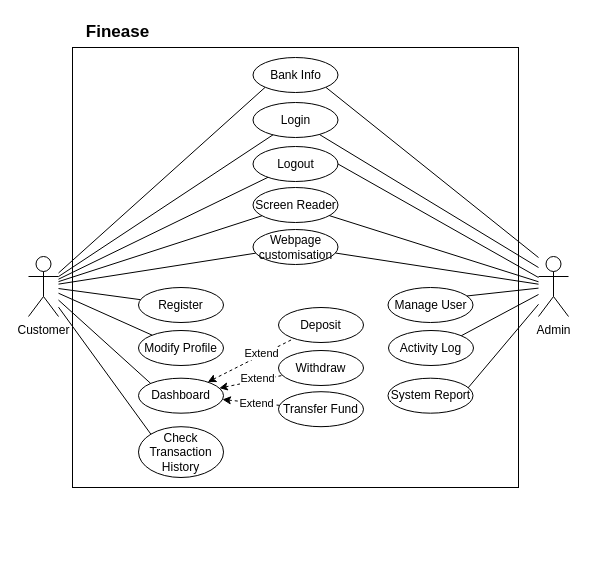
Above: page "use case" (1 of 5) of finease.drawio in bluuberrya/FineaseTTS (draw.io), before the change. Source tidied: cells renumbered, new cells numbered last; positions are measured from the earlier drawing's top-left corner, leaving out a move shared by most shapes. Both pictures are drawn from the tidied source at 100%, with x=0, y=0 at pixel (28, 17).
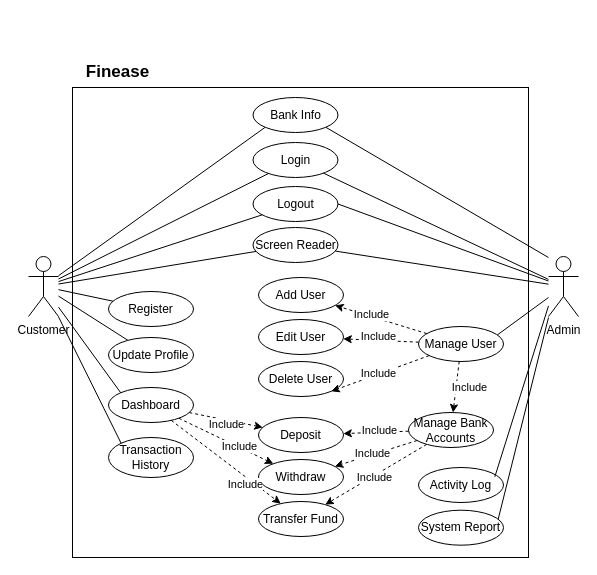
The same page after the edit.

The change refers to these unchanged cells:
```xml
<mxCell id="22" value="Customer" style="shape=umlActor;html=1;verticalLabelPosition=bottom;verticalAlign=top;align=center;" parent="1" vertex="1">
  <mxGeometry y="239" width="30" height="60" as="geometry" />
</mxCell>
```

What changed in the source:
```diff
@@
     <mxCell id="2" style="rounded=0;whiteSpace=wrap;html=1;" parent="1" vertex="1">
-      <mxGeometry x="44" y="30" width="446" height="440" as="geometry" />
+      <mxGeometry x="44" y="70" width="456" height="470" as="geometry" />
     </mxCell>
     <mxCell id="3" value="Finease" style="text;html=1;align=center;verticalAlign=middle;strokeColor=none;fillColor=none;fontStyle=1;fontSize=17;" parent="1" vertex="1">
-      <mxGeometry x="44" width="90" height="30" as="geometry" />
+      <mxGeometry x="44" y="40" width="90" height="30" as="geometry" />
     </mxCell>
     <mxCell id="4" value="Transfer Fund" style="ellipse;whiteSpace=wrap;html=1;" parent="1" vertex="1">
-      <mxGeometry x="250" y="374.2" width="85" height="35" as="geometry" />
+      <mxGeometry x="230" y="484" width="85" height="35" as="geometry" />
     </mxCell>
-    <mxCell id="5" value="Check Transaction History" style="ellipse;whiteSpace=wrap;html=1;" parent="1" vertex="1">
-      <mxGeometry x="110" y="409.2" width="85" height="50.8" as="geometry" />
+    <mxCell id="5" value="Transaction History" style="ellipse;whiteSpace=wrap;html=1;" parent="1" vertex="1">
+      <mxGeometry x="80" y="420" width="85" height="40" as="geometry" />
     </mxCell>
     <mxCell id="6" value="Deposit" style="ellipse;whiteSpace=wrap;html=1;" parent="1" vertex="1">
-      <mxGeometry x="250" y="290" width="85" height="35" as="geometry" />
+      <mxGeometry x="230" y="400" width="85" height="35" as="geometry" />
     </mxCell>
     <mxCell id="7" value="Screen Reader" style="ellipse;whiteSpace=wrap;html=1;" parent="1" vertex="1">
-      <mxGeometry x="224.5" y="170" width="85" height="35" as="geometry" />
+      <mxGeometry x="224.5" y="210" width="85" height="35" as="geometry" />
     </mxCell>
-    <mxCell id="8" value="Modify Profile" style="ellipse;whiteSpace=wrap;html=1;" parent="1" vertex="1">
-      <mxGeometry x="110" y="313" width="85" height="35" as="geometry" />
+    <mxCell id="8" value="Update Profile" style="ellipse;whiteSpace=wrap;html=1;" parent="1" vertex="1">
+      <mxGeometry x="80" y="320" width="85" height="35" as="geometry" />
     </mxCell>
     <mxCell id="9" value="Withdraw" style="ellipse;whiteSpace=wrap;html=1;" parent="1" vertex="1">
-      <mxGeometry x="250" y="333" width="85" height="35" as="geometry" />
+      <mxGeometry x="230" y="442" width="85" height="35" as="geometry" />
     </mxCell>
     <mxCell id="10" value="Login" style="ellipse;whiteSpace=wrap;html=1;" parent="1" vertex="1">
-      <mxGeometry x="224.5" y="85" width="85" height="35" as="geometry" />
+      <mxGeometry x="224.5" y="125" width="85" height="35" as="geometry" />
     </mxCell>
     <mxCell id="11" value="Register" style="ellipse;whiteSpace=wrap;html=1;" parent="1" vertex="1">
-      <mxGeometry x="110" y="270" width="85" height="35" as="geometry" />
+      <mxGeometry x="80" y="274" width="85" height="35" as="geometry" />
     </mxCell>
     <mxCell id="12" value="Logout" style="ellipse;whiteSpace=wrap;html=1;" parent="1" vertex="1">
-      <mxGeometry x="224.5" y="129" width="85" height="35" as="geometry" />
+      <mxGeometry x="224.5" y="169" width="85" height="35" as="geometry" />
     </mxCell>
@@
-    <mxCell id="18" style="rounded=0;jettySize=auto;html=1;endArrow=none;endFill=0;startArrow=classic;startFill=1;dashed=1;" parent="1" edge="1" source="23" target="6">
+    <mxCell id="18" style="rounded=0;jettySize=auto;html=1;endArrow=classic;endFill=1;startArrow=none;startFill=0;dashed=1;" parent="1" edge="1" source="23" target="6">
       <mxGeometry relative="1" as="geometry" />
     </mxCell>
-    <mxCell id="19" value="Extend" style="edgeLabel;html=1;align=center;verticalAlign=middle;labelBackgroundColor=default;" parent="18" vertex="1">
+    <mxCell id="19" value="Include" style="edgeLabel;html=1;align=center;verticalAlign=middle;labelBackgroundColor=default;" parent="18" vertex="1">
       <mxGeometry x="0.3" y="1" relative="1" as="geometry">
-        <mxPoint x="-3" as="offset" />
+        <mxPoint x="-12" y="3" as="offset" />
       </mxGeometry>
     </mxCell>
-    <mxCell id="20" style="rounded=0;jettySize=auto;html=1;endArrow=none;endFill=0;startArrow=classic;startFill=1;dashed=1;" parent="1" edge="1" source="23" target="9">
+    <mxCell id="20" style="rounded=0;jettySize=auto;html=1;endArrow=classic;endFill=1;startArrow=none;startFill=0;dashed=1;" parent="1" edge="1" source="23" target="9">
       <mxGeometry relative="1" as="geometry" />
     </mxCell>
-    <mxCell id="21" value="Extend" style="edgeLabel;html=1;align=center;verticalAlign=middle;labelBackgroundColor=default;" parent="20" vertex="1">
+    <mxCell id="21" value="Include" style="edgeLabel;html=1;align=center;verticalAlign=middle;labelBackgroundColor=default;" parent="20" vertex="1">
       <mxGeometry x="0.31" y="2" relative="1" as="geometry">
         <mxPoint x="-3" as="offset" />
       </mxGeometry>
     </mxCell>
@@
     <mxCell id="23" value="Dashboard" style="ellipse;whiteSpace=wrap;html=1;" parent="1" vertex="1">
-      <mxGeometry x="110" y="360.7" width="85" height="35" as="geometry" />
+      <mxGeometry x="80" y="370" width="85" height="35" as="geometry" />
     </mxCell>
@@
-    <mxCell id="25" style="rounded=0;jettySize=auto;html=1;endArrow=none;endFill=0;startArrow=classic;startFill=1;dashed=1;" parent="1" edge="1" source="23" target="4">
+    <mxCell id="25" style="rounded=0;jettySize=auto;html=1;endArrow=classic;endFill=1;startArrow=none;startFill=0;dashed=1;" parent="1" edge="1" source="23" target="4">
       <mxGeometry relative="1" as="geometry" />
     </mxCell>
-    <mxCell id="26" value="Extend" style="edgeLabel;html=1;align=center;verticalAlign=middle;labelBackgroundColor=default;" parent="25" vertex="1">
+    <mxCell id="26" value="Include" style="edgeLabel;html=1;align=center;verticalAlign=middle;labelBackgroundColor=default;" parent="25" vertex="1">
       <mxGeometry x="0.56" y="-1" relative="1" as="geometry">
         <mxPoint x="-11" y="-2" as="offset" />
       </mxGeometry>
     </mxCell>
-    <mxCell id="27" value="Webpage customisation" style="ellipse;whiteSpace=wrap;html=1;" parent="1" vertex="1">
-      <mxGeometry x="224.5" y="212" width="85" height="35" as="geometry" />
-    </mxCell>
-    <mxCell id="28" style="rounded=0;jettySize=auto;html=1;endArrow=none;endFill=0;" parent="1" edge="1" target="10">
-      <mxGeometry relative="1" as="geometry">
-        <mxPoint x="510" y="250" as="sourcePoint" />
-      </mxGeometry>
+    <mxCell id="28" style="rounded=0;jettySize=auto;html=1;endArrow=none;endFill=0;" parent="1" edge="1" source="31" target="10">
+      <mxGeometry relative="1" as="geometry" />
     </mxCell>
-    <mxCell id="29" style="rounded=0;jettySize=auto;html=1;entryX=1;entryY=0.5;entryDx=0;entryDy=0;endArrow=none;endFill=0;" parent="1" edge="1" target="12">
-      <mxGeometry relative="1" as="geometry">
-        <mxPoint x="510" y="260" as="sourcePoint" />
-      </mxGeometry>
+    <mxCell id="29" style="rounded=0;jettySize=auto;html=1;entryX=1;entryY=0.5;entryDx=0;entryDy=0;endArrow=none;endFill=0;" parent="1" edge="1" source="31" target="12">
+      <mxGeometry relative="1" as="geometry" />
     </mxCell>
@@
     <mxCell id="31" value="Admin" style="shape=umlActor;html=1;verticalLabelPosition=bottom;verticalAlign=top;align=center;" parent="1" vertex="1">
-      <mxGeometry x="510" y="239" width="30" height="60" as="geometry" />
+      <mxGeometry x="520" y="239" width="30" height="60" as="geometry" />
     </mxCell>
@@
     <mxCell id="33" value="Manage User" style="ellipse;whiteSpace=wrap;html=1;" parent="1" vertex="1">
-      <mxGeometry x="359.5" y="270" width="85" height="35" as="geometry" />
+      <mxGeometry x="390" y="309" width="85" height="35" as="geometry" />
     </mxCell>
     <mxCell id="34" value="Activity Log" style="ellipse;whiteSpace=wrap;html=1;" parent="1" vertex="1">
-      <mxGeometry x="360" y="313" width="85" height="35" as="geometry" />
+      <mxGeometry x="390" y="450" width="85" height="35" as="geometry" />
     </mxCell>
-    <mxCell id="35" style="rounded=0;jettySize=auto;html=1;endArrow=none;endFill=0;entryX=1;entryY=0;entryDx=0;entryDy=0;" parent="1" edge="1" source="31" target="34">
-      <mxGeometry relative="1" as="geometry" />
+    <mxCell id="35" style="rounded=0;jettySize=auto;html=1;endArrow=none;endFill=0;entryX=0.898;entryY=0.267;entryDx=0;entryDy=0;entryPerimeter=0;" parent="1" edge="1" target="34">
+      <mxGeometry relative="1" as="geometry">
+        <mxPoint x="520" y="288.4" as="sourcePoint" />
+      </mxGeometry>
     </mxCell>
-    <mxCell id="36" style="rounded=0;jettySize=auto;html=1;endArrow=none;endFill=0;exitX=0.933;exitY=0.302;exitDx=0;exitDy=0;exitPerimeter=0;" parent="1" edge="1" source="37" target="31">
-      <mxGeometry relative="1" as="geometry" />
+    <mxCell id="36" style="rounded=0;jettySize=auto;html=1;endArrow=none;endFill=0;exitX=0.933;exitY=0.302;exitDx=0;exitDy=0;exitPerimeter=0;" parent="1" edge="1" source="37">
+      <mxGeometry relative="1" as="geometry">
+        <mxPoint x="520" y="300" as="targetPoint" />
+      </mxGeometry>
     </mxCell>
     <mxCell id="37" value="System Report" style="ellipse;whiteSpace=wrap;html=1;" parent="1" vertex="1">
-      <mxGeometry x="359.5" y="360.7" width="85" height="35" as="geometry" />
+      <mxGeometry x="390" y="492.7" width="85" height="35" as="geometry" />
     </mxCell>
     <mxCell id="38" value="Bank Info" style="ellipse;whiteSpace=wrap;html=1;" parent="1" vertex="1">
-      <mxGeometry x="224.5" y="40" width="85" height="35" as="geometry" />
+      <mxGeometry x="224.5" y="80" width="85" height="35" as="geometry" />
     </mxCell>
@@
-    <mxCell id="42" style="rounded=0;jettySize=auto;html=1;endArrow=none;endFill=0;" parent="1" edge="1" source="22" target="27">
-      <mxGeometry relative="1" as="geometry" />
-    </mxCell>
-    <mxCell id="43" style="rounded=0;jettySize=auto;html=1;endArrow=none;endFill=0;" parent="1" edge="1" source="31" target="27">
-      <mxGeometry relative="1" as="geometry" />
-    </mxCell>
+    <mxCell id="44" style="rounded=0;jettySize=auto;html=1;endArrow=classic;endFill=1;startArrow=none;startFill=0;dashed=1;" parent="1" edge="1" source="50" target="6">
+      <mxGeometry relative="1" as="geometry" />
+    </mxCell>
+    <mxCell id="45" value="Include" style="edgeLabel;html=1;align=center;verticalAlign=middle;labelBackgroundColor=default;" parent="44" vertex="1">
+      <mxGeometry x="0.3" y="1" relative="1" as="geometry">
+        <mxPoint x="12" y="-4" as="offset" />
+      </mxGeometry>
+    </mxCell>
+    <mxCell id="46" style="rounded=0;jettySize=auto;html=1;endArrow=classic;endFill=1;startArrow=none;startFill=0;dashed=1;" parent="1" edge="1" source="50" target="9">
+      <mxGeometry relative="1" as="geometry" />
+    </mxCell>
+    <mxCell id="47" value="Include" style="edgeLabel;html=1;align=center;verticalAlign=middle;labelBackgroundColor=default;" parent="46" vertex="1">
+      <mxGeometry x="0.31" y="2" relative="1" as="geometry">
+        <mxPoint x="8" y="-6" as="offset" />
+      </mxGeometry>
+    </mxCell>
+    <mxCell id="48" style="rounded=0;jettySize=auto;html=1;endArrow=classic;endFill=1;startArrow=none;startFill=0;dashed=1;" parent="1" edge="1" source="50" target="4">
+      <mxGeometry relative="1" as="geometry" />
+    </mxCell>
+    <mxCell id="49" value="Include" style="edgeLabel;html=1;align=center;verticalAlign=middle;labelBackgroundColor=default;" parent="48" vertex="1">
+      <mxGeometry x="0.31" y="2" relative="1" as="geometry">
+        <mxPoint x="12" y="-8" as="offset" />
+      </mxGeometry>
+    </mxCell>
+    <mxCell id="50" value="Manage Bank Accounts" style="ellipse;whiteSpace=wrap;html=1;" parent="1" vertex="1">
+      <mxGeometry x="380" y="395" width="85" height="35" as="geometry" />
+    </mxCell>
+    <mxCell id="51" style="rounded=0;jettySize=auto;html=1;endArrow=classic;endFill=1;startArrow=none;startFill=0;dashed=1;" parent="1" edge="1" source="33" target="50">
+      <mxGeometry relative="1" as="geometry" />
+    </mxCell>
+    <mxCell id="52" value="Include" style="edgeLabel;html=1;align=center;verticalAlign=middle;labelBackgroundColor=default;" parent="51" vertex="1">
+      <mxGeometry x="0.31" y="2" relative="1" as="geometry">
+        <mxPoint x="12" y="-8" as="offset" />
+      </mxGeometry>
+    </mxCell>
+    <mxCell id="53" value="Add User" style="ellipse;whiteSpace=wrap;html=1;" parent="1" vertex="1">
+      <mxGeometry x="230" y="260" width="85" height="35" as="geometry" />
+    </mxCell>
+    <mxCell id="54" value="Edit User" style="ellipse;whiteSpace=wrap;html=1;" parent="1" vertex="1">
+      <mxGeometry x="230" y="302" width="85" height="35" as="geometry" />
+    </mxCell>
+    <mxCell id="55" value="Delete User" style="ellipse;whiteSpace=wrap;html=1;" parent="1" vertex="1">
+      <mxGeometry x="230" y="344" width="85" height="35" as="geometry" />
+    </mxCell>
+    <mxCell id="56" style="rounded=0;jettySize=auto;html=1;endArrow=classic;endFill=1;startArrow=none;startFill=0;dashed=1;" parent="1" edge="1" source="33" target="53">
+      <mxGeometry relative="1" as="geometry" />
+    </mxCell>
+    <mxCell id="57" value="Include" style="edgeLabel;html=1;align=center;verticalAlign=middle;labelBackgroundColor=default;" parent="56" vertex="1">
+      <mxGeometry x="0.3" y="1" relative="1" as="geometry">
+        <mxPoint x="4" y="-2" as="offset" />
+      </mxGeometry>
+    </mxCell>
+    <mxCell id="58" style="rounded=0;jettySize=auto;html=1;endArrow=classic;endFill=1;startArrow=none;startFill=0;dashed=1;" parent="1" edge="1" source="33" target="54">
+      <mxGeometry relative="1" as="geometry" />
+    </mxCell>
+    <mxCell id="59" value="Include" style="edgeLabel;html=1;align=center;verticalAlign=middle;labelBackgroundColor=default;" parent="58" vertex="1">
+      <mxGeometry x="0.31" y="2" relative="1" as="geometry">
+        <mxPoint x="8" y="-6" as="offset" />
+      </mxGeometry>
+    </mxCell>
+    <mxCell id="60" style="rounded=0;jettySize=auto;html=1;endArrow=classic;endFill=1;startArrow=none;startFill=0;dashed=1;entryX=1;entryY=1;entryDx=0;entryDy=0;" parent="1" edge="1" source="33" target="55">
+      <mxGeometry relative="1" as="geometry" />
+    </mxCell>
+    <mxCell id="61" value="Include" style="edgeLabel;html=1;align=center;verticalAlign=middle;labelBackgroundColor=default;" parent="60" vertex="1">
+      <mxGeometry x="0.31" y="2" relative="1" as="geometry">
+        <mxPoint x="12" y="-8" as="offset" />
+      </mxGeometry>
+    </mxCell>
```
